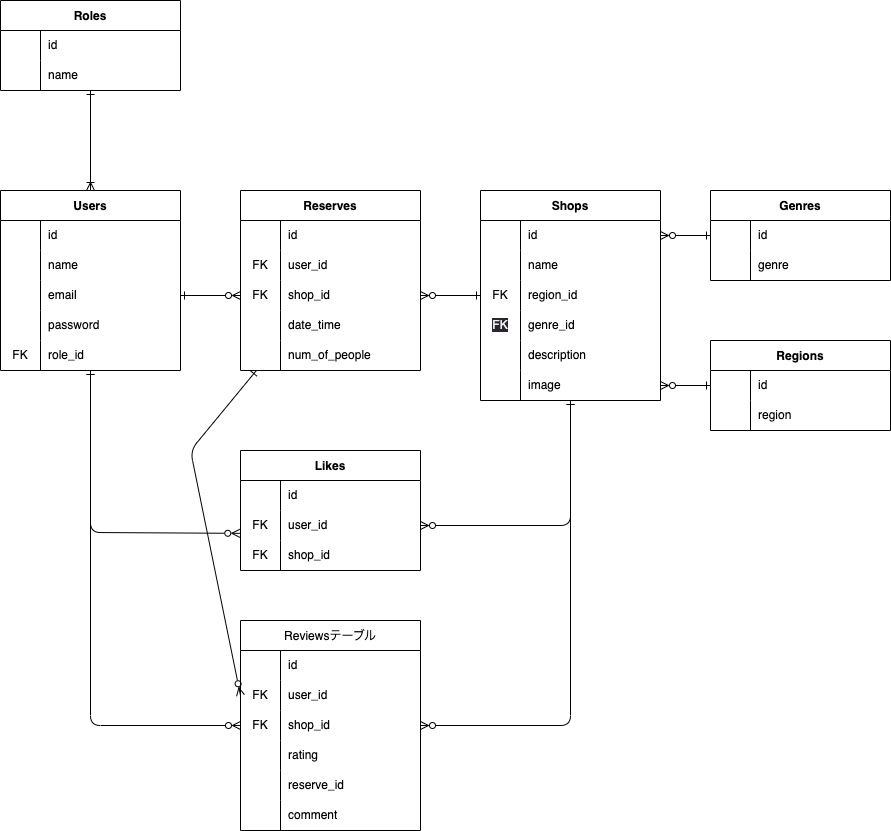
Above: index.drawio.png in cedrictarou/rese-app (draw.io), before the change. Source tidied: cells renumbered, new cells last; positions are measured from the earlier drawing's top-left corner, leaving out a move shared by most shapes.
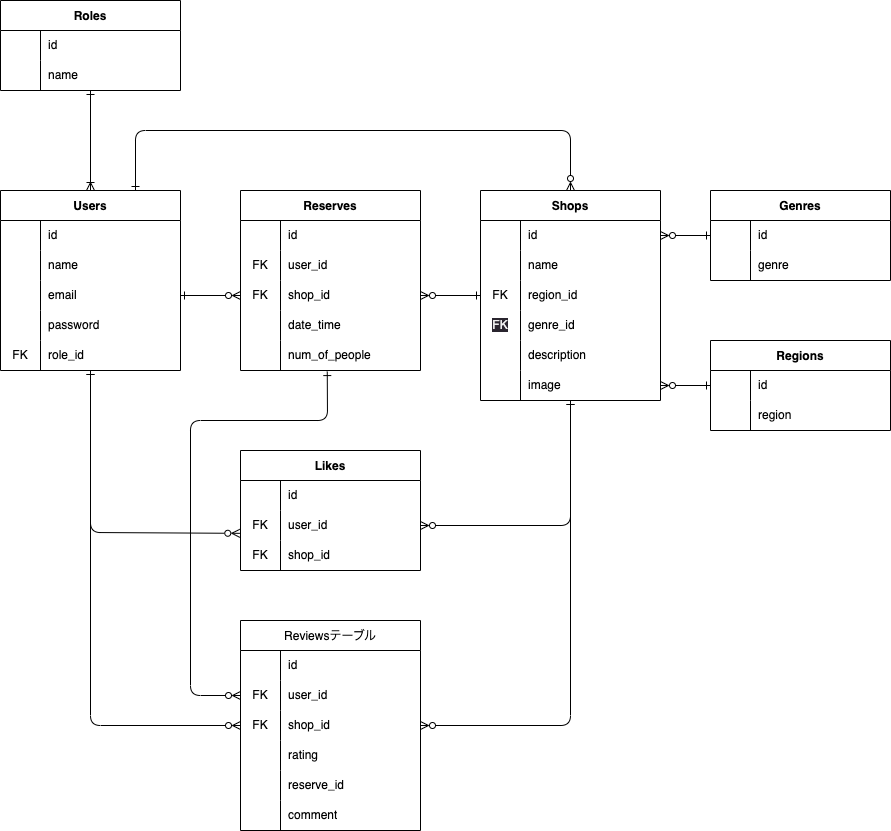
Later version of the same file.

Diff of the diagram source:
```diff
@@ -16,6 +16,14 @@
         </Array>
       </mxGeometry>
     </mxCell>
+    <mxCell id="113" style="edgeStyle=none;html=1;entryX=0.5;entryY=0;entryDx=0;entryDy=0;exitX=0.75;exitY=0;exitDx=0;exitDy=0;endArrow=ERzeroToMany;endFill=0;startArrow=ERone;startFill=0;" parent="1" edge="1" source="4" target="22">
+      <mxGeometry relative="1" as="geometry">
+        <Array as="points">
+          <mxPoint x="135" y="130" />
+          <mxPoint x="570" y="130" />
+        </Array>
+      </mxGeometry>
+    </mxCell>
     <mxCell id="4" value="Users" style="shape=table;startSize=30;rowLines=0;fontStyle=1;" parent="1" vertex="1">
       <mxGeometry y="190" width="180" height="180" as="geometry" />
     </mxCell>
@@ -135,10 +143,12 @@
     <mxCell id="40" value="image" style="shape=partialRectangle;html=1;whiteSpace=wrap;fillColor=none;top=0;left=0;bottom=0;right=0;align=left;spacingLeft=6;overflow=hidden;" parent="38" vertex="1">
       <mxGeometry x="40" width="140" height="30" as="geometry" />
     </mxCell>
-    <mxCell id="41" style="edgeStyle=none;html=1;entryX=0;entryY=0.5;entryDx=0;entryDy=0;endArrow=ERzeroToMany;endFill=0;startArrow=ERone;startFill=0;" parent="1" edge="1" source="42" target="90">
+    <mxCell id="41" style="edgeStyle=none;html=1;entryX=0;entryY=0.5;entryDx=0;entryDy=0;endArrow=ERzeroToMany;endFill=0;startArrow=ERone;startFill=0;exitX=0.482;exitY=1.036;exitDx=0;exitDy=0;exitPerimeter=0;" parent="1" edge="1" source="55" target="90">
       <mxGeometry relative="1" as="geometry">
         <Array as="points">
-          <mxPoint x="190" y="450" />
+          <mxPoint x="327" y="420" />
+          <mxPoint x="190" y="420" />
+          <mxPoint x="190" y="695" />
         </Array>
       </mxGeometry>
     </mxCell>
```
